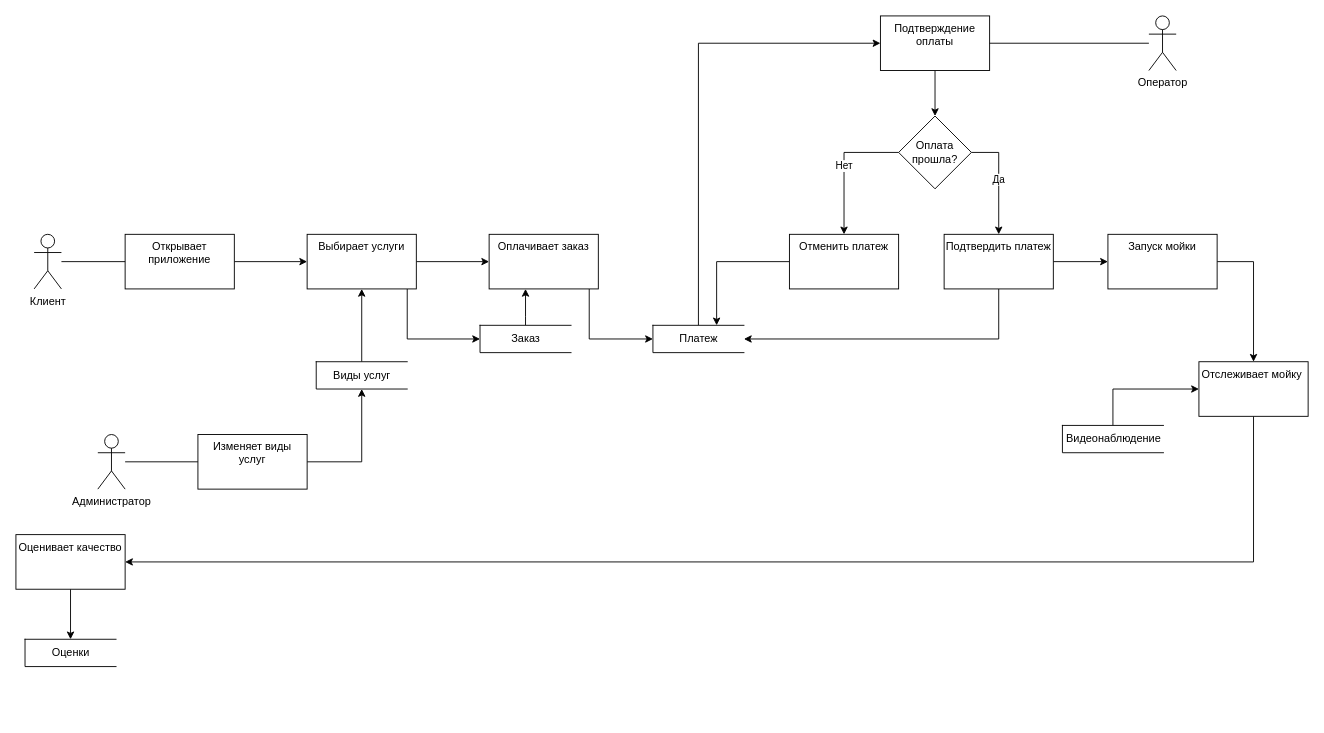
Before: page "DFD" (2 of 4) of Diagram_1.drawio in vitaliyepikhin/Automated-Car-Wash, a draw.io diagram. Source tidied: cells renumbered, new cells numbered last; positions are measured from the earlier drawing's top-left corner, leaving out a move shared by most shapes. Both pictures are drawn from the tidied source at 91%, with x=0, y=0 at pixel (15, 15).
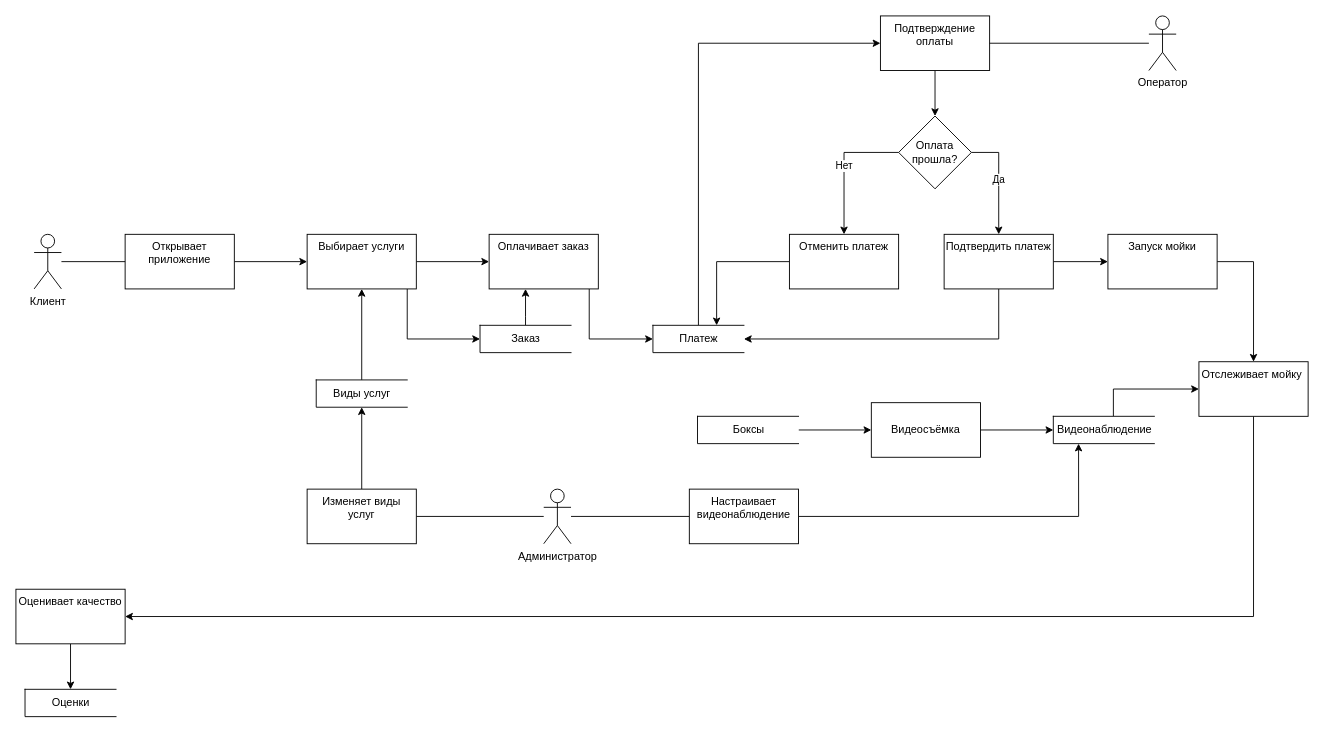
The same page after the edit.

Unchanged cells that the change refers to:
```xml
<mxCell id="13" value="Отслеживает мойку&amp;nbsp;" style="whiteSpace=wrap;html=1;verticalAlign=top;" parent="1" vertex="1">
  <mxGeometry x="1300" y="380" width="120" height="60" as="geometry" />
</mxCell>
```

Diff of the diagram source:
```diff
@@
     <mxCell id="11" value="Виды услуг" style="html=1;dashed=0;whitespace=wrap;shape=partialRectangle;right=0;" parent="1" vertex="1">
-      <mxGeometry x="330" y="380" width="100" height="30" as="geometry" />
+      <mxGeometry x="330" y="400" width="100" height="30" as="geometry" />
     </mxCell>
     <mxCell id="12" style="edgeStyle=orthogonalEdgeStyle;rounded=0;jettySize=auto;html=1;" parent="1" edge="1" source="13" target="15">
       <mxGeometry relative="1" as="geometry">
         <Array as="points">
-          <mxPoint x="1360" y="600" />
+          <mxPoint x="1360" y="660" />
+          <mxPoint x="60" y="660" />
         </Array>
       </mxGeometry>
     </mxCell>
@@
     <mxCell id="15" value="Оценивает качество" style="whiteSpace=wrap;html=1;verticalAlign=top;" parent="1" vertex="1">
-      <mxGeometry y="570" width="120" height="60" as="geometry" />
+      <mxGeometry y="630" width="120" height="60" as="geometry" />
     </mxCell>
@@
     <mxCell id="19" value="Оценки" style="html=1;dashed=0;whitespace=wrap;shape=partialRectangle;right=0;" parent="1" vertex="1">
-      <mxGeometry x="10" y="685" width="100" height="30" as="geometry" />
+      <mxGeometry x="10" y="740" width="100" height="30" as="geometry" />
     </mxCell>
@@
     <mxCell id="37" value="Видеонаблюдение" style="html=1;dashed=0;whitespace=wrap;shape=partialRectangle;right=0;" parent="1" vertex="1">
-      <mxGeometry x="1150" y="450" width="111" height="30" as="geometry" />
+      <mxGeometry x="1140" y="440" width="111" height="30" as="geometry" />
     </mxCell>
@@
+    <mxCell id="42" style="edgeStyle=orthogonalEdgeStyle;rounded=0;jettySize=auto;html=1;entryX=0;entryY=0.5;entryDx=0;entryDy=0;endArrow=none;endFill=0;" parent="1" edge="1" source="39" target="44">
+      <mxGeometry relative="1" as="geometry" />
+    </mxCell>
     <mxCell id="39" value="Администратор" style="shape=umlActor;verticalLabelPosition=bottom;verticalAlign=top;html=1;outlineConnect=0;" parent="1" vertex="1">
-      <mxGeometry x="90" y="460" width="30" height="60" as="geometry" />
+      <mxGeometry x="580" y="520" width="30" height="60" as="geometry" />
     </mxCell>
@@
     <mxCell id="41" value="Изменяет виды услуг" style="whiteSpace=wrap;html=1;verticalAlign=top;" parent="1" vertex="1">
-      <mxGeometry x="200" y="460" width="120" height="60" as="geometry" />
+      <mxGeometry x="320" y="520" width="120" height="60" as="geometry" />
     </mxCell>
+    <mxCell id="43" style="edgeStyle=orthogonalEdgeStyle;rounded=0;jettySize=auto;html=1;endArrow=classic;endFill=1;entryX=0.25;entryY=1;entryDx=0;entryDy=0;" parent="1" edge="1" source="44" target="37">
+      <mxGeometry relative="1" as="geometry">
+        <Array as="points">
+          <mxPoint x="807" y="550" />
+          <mxPoint x="1168" y="550" />
+        </Array>
+      </mxGeometry>
+    </mxCell>
+    <mxCell id="44" value="Настраивает видеонаблюдение" style="whiteSpace=wrap;html=1;verticalAlign=top;" parent="1" vertex="1">
+      <mxGeometry x="740" y="520" width="120" height="60" as="geometry" />
+    </mxCell>
+    <mxCell id="45" style="edgeStyle=orthogonalEdgeStyle;rounded=0;jettySize=auto;html=1;" parent="1" edge="1" source="46" target="48">
+      <mxGeometry relative="1" as="geometry" />
+    </mxCell>
+    <mxCell id="46" value="Боксы" style="html=1;dashed=0;whitespace=wrap;shape=partialRectangle;right=0;" parent="1" vertex="1">
+      <mxGeometry x="749" y="440" width="111" height="30" as="geometry" />
+    </mxCell>
+    <mxCell id="47" style="edgeStyle=orthogonalEdgeStyle;rounded=0;jettySize=auto;html=1;" parent="1" edge="1" source="48" target="37">
+      <mxGeometry relative="1" as="geometry" />
+    </mxCell>
+    <mxCell id="48" value="Видеосъёмка" style="whiteSpace=wrap;html=1;dashed=0;" parent="1" vertex="1">
+      <mxGeometry x="940" y="425" width="120" height="60" as="geometry" />
+    </mxCell>
```
